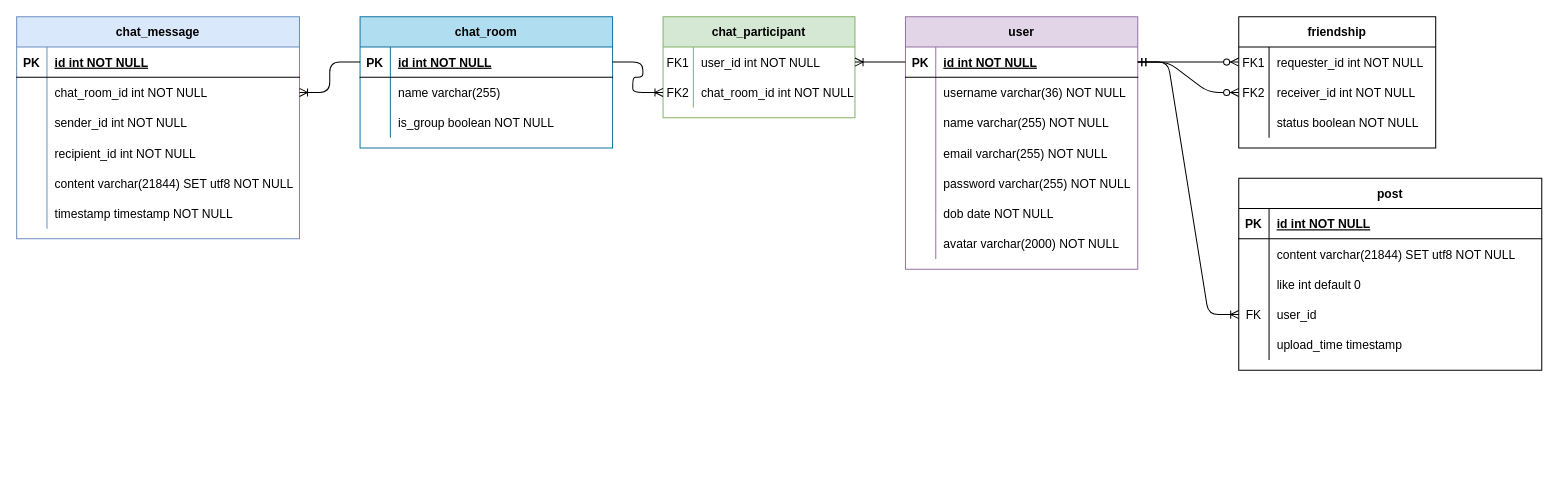
Before: fakebook.drawio in hoangvu03081/Fakebook, a draw.io diagram. Source tidied: cells renumbered, new cells numbered last; positions are measured from the earlier drawing's top-left corner, leaving out a move shared by most shapes. Both pictures are drawn from the tidied source at 101%, with x=0, y=0 at pixel (16, 16).
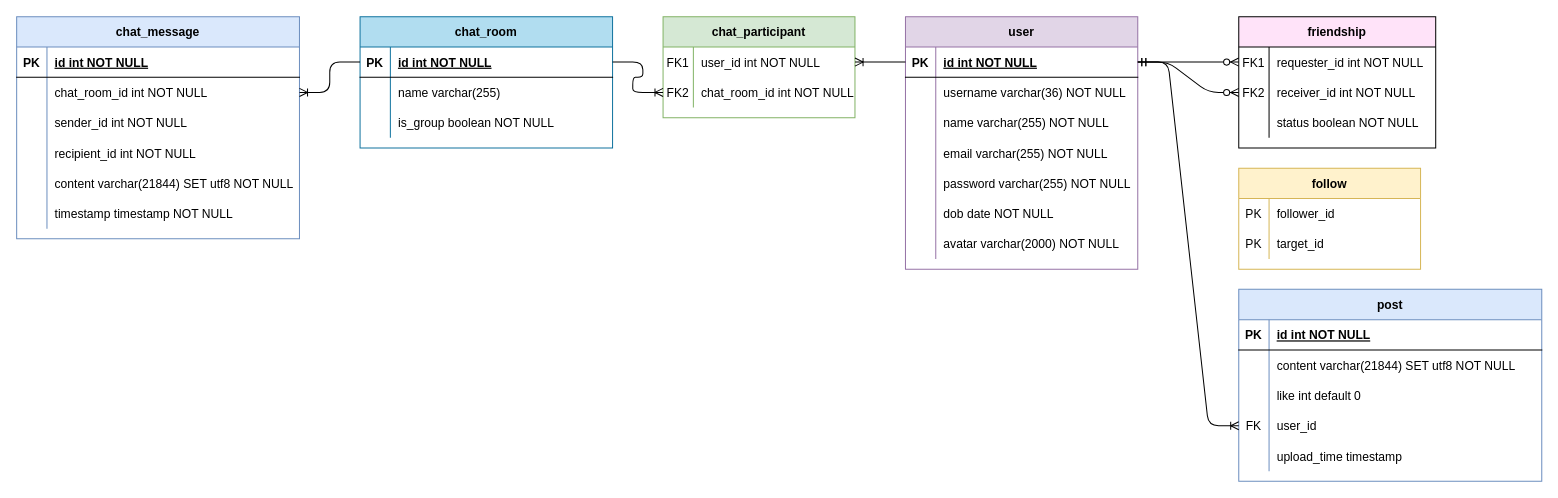
The same page after the edit.

Diff of the diagram source:
```diff
@@
-    <mxCell id="63" value="friendship" style="shape=table;startSize=30;childLayout=tableLayout;rowLines=0;fontStyle=1;align=center;" parent="1" vertex="1">
+    <mxCell id="63" value="friendship" style="shape=table;startSize=30;childLayout=tableLayout;rowLines=0;fontStyle=1;align=center;fillColor=#FFE3F9;" parent="1" vertex="1">
       <mxGeometry x="1210" width="195" height="130" as="geometry" />
     </mxCell>
@@
-    <mxCell id="75" value="post" style="shape=table;startSize=30;childLayout=tableLayout;rowLines=0;fontStyle=1;align=center;" parent="1" vertex="1">
-      <mxGeometry x="1210" y="160" width="300" height="190" as="geometry" />
+    <mxCell id="75" value="post" style="shape=table;startSize=30;childLayout=tableLayout;rowLines=0;fontStyle=1;align=center;fillColor=#dae8fc;strokeColor=#6c8ebf;" parent="1" vertex="1">
+      <mxGeometry x="1210" y="270" width="300" height="190" as="geometry" />
     </mxCell>
@@
+    <mxCell id="92" value="follow" style="shape=table;startSize=30;childLayout=tableLayout;rowLines=0;fontStyle=1;align=center;fillColor=#fff2cc;strokeColor=#d6b656;" parent="1" vertex="1">
+      <mxGeometry x="1210" y="150" width="180" height="100" as="geometry" />
+    </mxCell>
+    <mxCell id="93" style="shape=partialRectangle;fillColor=none;top=0;left=0;bottom=0;right=0;" parent="92" vertex="1">
+      <mxGeometry y="30" width="180" height="30" as="geometry" />
+    </mxCell>
+    <mxCell id="94" value="PK" style="shape=partialRectangle;fillColor=none;top=0;left=0;bottom=0;right=0;overflow=hidden;" parent="93" vertex="1">
+      <mxGeometry width="30" height="30" as="geometry" />
+    </mxCell>
+    <mxCell id="95" value="follower_id" style="shape=partialRectangle;fillColor=none;top=0;left=0;bottom=0;right=0;align=left;spacingLeft=6;overflow=hidden;" parent="93" vertex="1">
+      <mxGeometry x="30" width="150" height="30" as="geometry" />
+    </mxCell>
+    <mxCell id="96" style="shape=partialRectangle;fillColor=none;top=0;left=0;bottom=0;right=0;" parent="92" vertex="1">
+      <mxGeometry y="60" width="180" height="30" as="geometry" />
+    </mxCell>
+    <mxCell id="97" value="PK" style="shape=partialRectangle;fillColor=none;top=0;left=0;bottom=0;right=0;overflow=hidden;" parent="96" vertex="1">
+      <mxGeometry width="30" height="30" as="geometry" />
+    </mxCell>
+    <mxCell id="98" value="target_id" style="shape=partialRectangle;fillColor=none;top=0;left=0;bottom=0;right=0;align=left;spacingLeft=6;overflow=hidden;" parent="96" vertex="1">
+      <mxGeometry x="30" width="150" height="30" as="geometry" />
+    </mxCell>
```
